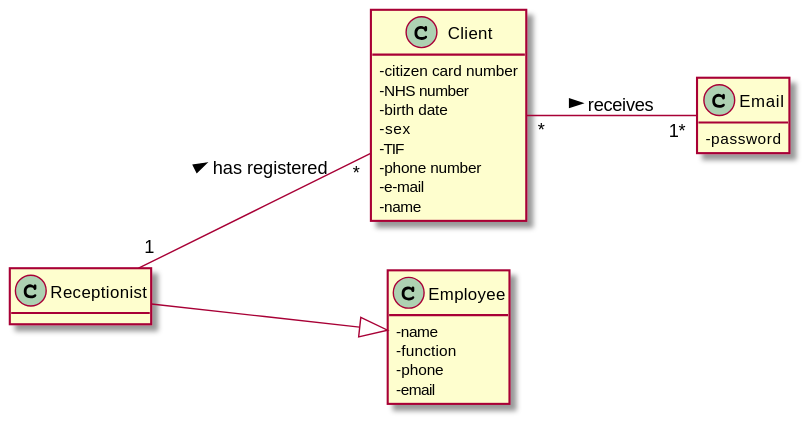
Before: docs/SprintB/US03/US3_MD.svg, a diagram exported from PlantUML (manu-07-ela/LAPR2_ISEP). Its diagram source:
```plantuml
@startuml
hide methods
left to right direction
skinparam classAttributeIconSize 0


class Receptionist {

}

class Client {
  -citizen card number
  -NHS number
  -birth date
  -sex
  -TIF
  -phone number
  -e-mail
  -name
}

class Email {
  -password
}

class Employee {
  -name
  -function
  -phone
  -email
}


Receptionist "1" -- "*" Client : has registered >
Client "*" -- "1*" Email: receives >
Receptionist --|> Employee


@enduml
```
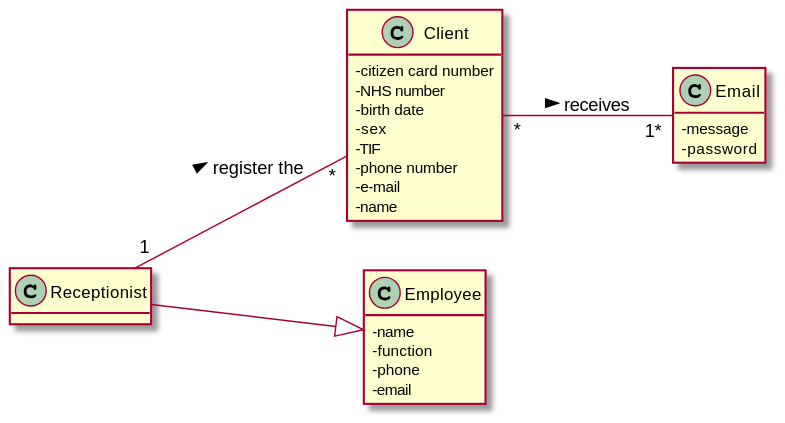
After the change.

The edit, as a diff of the source:
```diff
@@ -20,6 +20,7 @@
 }
 
 class Email {
+  -message
   -password
 }
 
@@ -31,7 +32,7 @@
 }
 
 
-Receptionist "1" -- "*" Client : has registered >
+Receptionist "1" -- "*" Client : register the >
 Client "*" -- "1*" Email: receives >
 Receptionist --|> Employee
 
```
